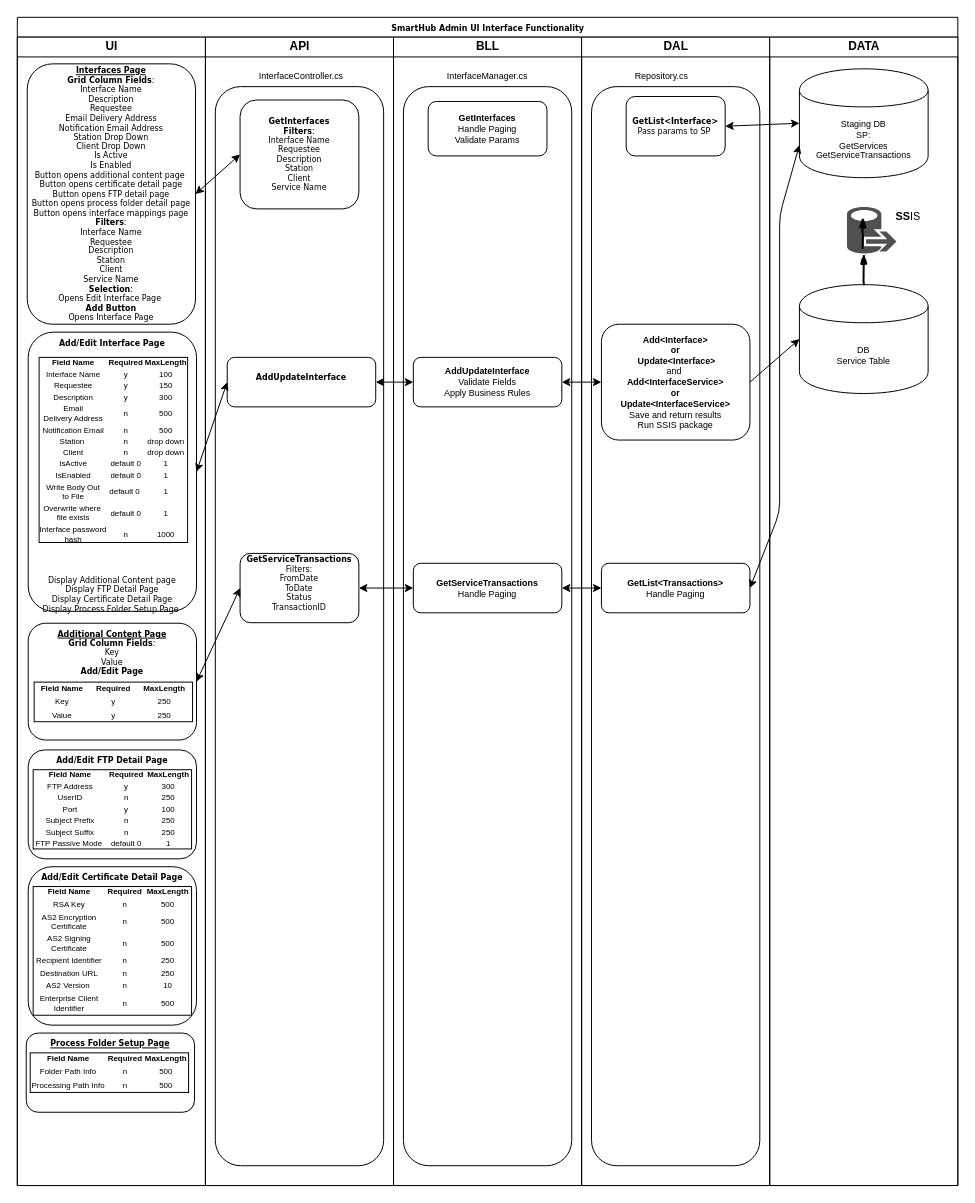
The draw.io diagram SHAdminUI-Interface-Functionality.drawio in Cyrolies/TigersFreightDocs, before the edit. Source tidied: cells renumbered, new cells numbered last; positions are measured from the earlier drawing's top-left corner, leaving out a move shared by most shapes. Both pictures are drawn from the tidied source at 99%, with x=0, y=0 at pixel (17, 17).
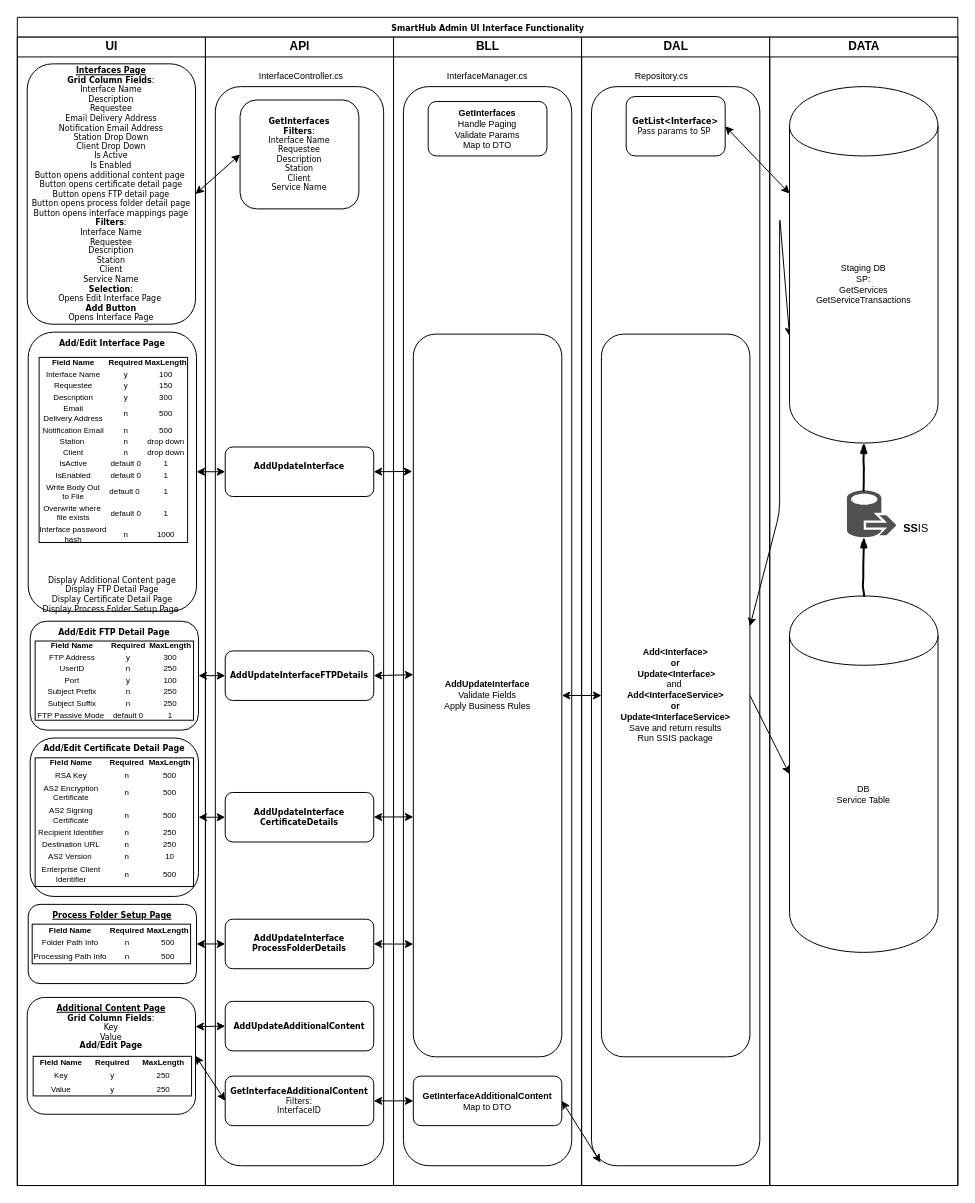
Above is the later version.

Unchanged cells that the change refers to:
```xml
<mxCell id="2" value="SmartHub Admin UI Interface Functionality" style="swimlane;html=1;startSize=20;rounded=0;shadow=0;labelBackgroundColor=none;strokeColor=#000000;strokeWidth=1;fillColor=#ffffff;fontFamily=Verdana;fontSize=8;fontColor=#000000;align=center;verticalAlign=top;" parent="1" vertex="1">
  <mxGeometry width="950" height="1180" as="geometry" />
</mxCell>
<mxCell id="3" value="UI" style="swimlane;html=1;startSize=20;" parent="2" vertex="1">
  <mxGeometry y="20" width="190" height="1160" as="geometry" />
</mxCell>
<mxCell id="15" value="API" style="swimlane;html=1;startSize=20;" parent="2" vertex="1">
  <mxGeometry x="190" y="20" width="190" height="1160" as="geometry" />
</mxCell>
<mxCell id="21" value="BLL" style="swimlane;html=1;startSize=20;" parent="2" vertex="1">
  <mxGeometry x="380" y="20" width="190" height="1160" as="geometry" />
</mxCell>
<mxCell id="27" value="DAL" style="swimlane;html=1;startSize=20;" parent="2" vertex="1">
  <mxGeometry x="570" y="20" width="190" height="1160" as="geometry" />
</mxCell>
<mxCell id="28" style="rounded=1;whiteSpace=wrap;html=1;fontSize=9;align=center;" parent="27" vertex="1">
  <mxGeometry x="10" y="50" width="170" height="1090" as="geometry" />
</mxCell>
<mxCell id="29" value="&lt;b&gt;GetList&amp;lt;Interface&amp;gt;&lt;br&gt;&lt;/b&gt;Pass params to SP&amp;nbsp;" style="rounded=1;whiteSpace=wrap;html=1;shadow=0;labelBackgroundColor=none;strokeColor=#000000;strokeWidth=1;fillColor=#ffffff;fontFamily=Verdana;fontSize=8;fontColor=#000000;align=center;" parent="27" vertex="1">
  <mxGeometry x="45" y="60" width="100" height="60" as="geometry" />
</mxCell>
```

What changed in the source:
```diff
@@
     <mxCell id="4" value="&lt;b&gt;&lt;u&gt;Process Folder Setup Page&lt;/u&gt;&lt;/b&gt;&lt;br&gt;" style="rounded=1;whiteSpace=wrap;html=1;shadow=0;labelBackgroundColor=none;strokeColor=#000000;strokeWidth=1;fillColor=#ffffff;fontFamily=Verdana;fontSize=8;fontColor=#000000;align=center;verticalAlign=top;" parent="3" vertex="1">
-      <mxGeometry x="9" y="1006" width="170" height="80" as="geometry" />
+      <mxGeometry x="11" y="876" width="170" height="80" as="geometry" />
     </mxCell>
@@
     <mxCell id="7" value="&lt;b&gt;&lt;u&gt;Additional Content Page&lt;/u&gt;&lt;/b&gt;&lt;br&gt;&lt;b&gt;Grid Column Fields&lt;/b&gt;:&lt;br&gt;Key&lt;br&gt;Value&lt;br&gt;&lt;b&gt;Add/Edit Page&lt;br&gt;&lt;/b&gt;" style="rounded=1;whiteSpace=wrap;html=1;shadow=0;labelBackgroundColor=none;strokeColor=#000000;strokeWidth=1;fillColor=#ffffff;fontFamily=Verdana;fontSize=8;fontColor=#000000;align=center;verticalAlign=top;" parent="3" vertex="1">
-      <mxGeometry x="11" y="592" width="170" height="118" as="geometry" />
+      <mxGeometry x="10" y="970" width="170" height="118" as="geometry" />
     </mxCell>
@@
     <mxCell id="9" value="&lt;b&gt;Add/Edit FTP Detail Page&lt;br&gt;&lt;/b&gt;" style="rounded=1;whiteSpace=wrap;html=1;shadow=0;labelBackgroundColor=none;strokeColor=#000000;strokeWidth=1;fillColor=#ffffff;fontFamily=Verdana;fontSize=8;fontColor=#000000;align=center;verticalAlign=top;" parent="3" vertex="1">
-      <mxGeometry x="11" y="720" width="170" height="110" as="geometry" />
+      <mxGeometry x="13" y="590" width="170" height="110" as="geometry" />
     </mxCell>
     <mxCell id="10" value="&lt;table border=&quot;0&quot; width=&quot;100%&quot; style=&quot;width: 100% ; height: 100% ; border-collapse: collapse&quot;&gt;&lt;tbody&gt;&lt;tr&gt;&lt;td&gt;&lt;b&gt;Field Name&lt;/b&gt;&lt;/td&gt;&lt;td&gt;&lt;b&gt;Required&lt;/b&gt;&lt;/td&gt;&lt;td&gt;&lt;b&gt;MaxLength&lt;/b&gt;&lt;/td&gt;&lt;/tr&gt;&lt;tr&gt;&lt;td&gt;FTP Address&lt;/td&gt;&lt;td&gt;y&lt;/td&gt;&lt;td&gt;300&lt;/td&gt;&lt;/tr&gt;&lt;tr&gt;&lt;td&gt;UserID&lt;/td&gt;&lt;td&gt;n&lt;/td&gt;&lt;td&gt;250&lt;/td&gt;&lt;/tr&gt;&lt;tr&gt;&lt;td&gt;Port&lt;/td&gt;&lt;td&gt;y&lt;/td&gt;&lt;td&gt;100&lt;/td&gt;&lt;/tr&gt;&lt;tr&gt;&lt;td&gt;Subject Prefix&lt;br&gt;&lt;/td&gt;&lt;td&gt;n&lt;/td&gt;&lt;td&gt;250&lt;/td&gt;&lt;/tr&gt;&lt;tr&gt;&lt;td&gt;Subject Suffix&lt;/td&gt;&lt;td&gt;n&lt;/td&gt;&lt;td&gt;250&lt;/td&gt;&lt;/tr&gt;&lt;tr&gt;&lt;td&gt;FTP Passive Mode&amp;nbsp;&lt;/td&gt;&lt;td&gt;default 0&lt;/td&gt;&lt;td&gt;1&lt;/td&gt;&lt;/tr&gt;&lt;/tbody&gt;&lt;/table&gt;" style="text;html=1;strokeColor=#000000;fillColor=none;overflow=fill;fontSize=8;align=center;strokeWidth=1;" parent="3" vertex="1">
-      <mxGeometry x="16" y="740" width="160" height="80" as="geometry" />
+      <mxGeometry x="18" y="610" width="160" height="80" as="geometry" />
     </mxCell>
     <mxCell id="11" value="&lt;b&gt;Add/Edit Certificate Detail Page&lt;br&gt;&lt;/b&gt;" style="rounded=1;whiteSpace=wrap;html=1;shadow=0;labelBackgroundColor=none;strokeColor=#000000;strokeWidth=1;fillColor=#ffffff;fontFamily=Verdana;fontSize=8;fontColor=#000000;align=center;verticalAlign=top;" parent="3" vertex="1">
-      <mxGeometry x="11" y="838" width="170" height="160" as="geometry" />
+      <mxGeometry x="13" y="708" width="170" height="160" as="geometry" />
     </mxCell>
     <mxCell id="12" value="&lt;table border=&quot;0&quot; width=&quot;100%&quot; style=&quot;width: 100% ; height: 100% ; border-collapse: collapse&quot;&gt;&lt;tbody&gt;&lt;tr&gt;&lt;td&gt;&lt;b&gt;Field Name&lt;/b&gt;&lt;/td&gt;&lt;td&gt;&lt;b&gt;Required&lt;/b&gt;&lt;/td&gt;&lt;td&gt;&lt;b&gt;MaxLength&lt;/b&gt;&lt;/td&gt;&lt;/tr&gt;&lt;tr&gt;&lt;td&gt;RSA Key&lt;/td&gt;&lt;td&gt;n&lt;/td&gt;&lt;td&gt;500&lt;/td&gt;&lt;/tr&gt;&lt;tr&gt;&lt;td&gt;AS2 Encryption&lt;br&gt;Certificate&lt;/td&gt;&lt;td&gt;n&lt;/td&gt;&lt;td&gt;500&lt;/td&gt;&lt;/tr&gt;&lt;tr&gt;&lt;td&gt;AS2 Signing&lt;br&gt;Certificate&lt;/td&gt;&lt;td&gt;n&lt;/td&gt;&lt;td&gt;500&lt;/td&gt;&lt;/tr&gt;&lt;tr&gt;&lt;td&gt;Recipient Identifier&lt;/td&gt;&lt;td&gt;n&lt;/td&gt;&lt;td&gt;250&lt;/td&gt;&lt;/tr&gt;&lt;tr&gt;&lt;td&gt;Destination URL&lt;/td&gt;&lt;td&gt;n&lt;/td&gt;&lt;td&gt;250&lt;/td&gt;&lt;/tr&gt;&lt;tr&gt;&lt;td&gt;AS2 Version&amp;nbsp;&lt;/td&gt;&lt;td&gt;n&lt;/td&gt;&lt;td&gt;10&lt;/td&gt;&lt;/tr&gt;&lt;tr&gt;&lt;td&gt;Enterprise Client&lt;br&gt;Identifier&lt;/td&gt;&lt;td&gt;n&lt;/td&gt;&lt;td&gt;500&lt;/td&gt;&lt;/tr&gt;&lt;/tbody&gt;&lt;/table&gt;" style="text;html=1;strokeColor=#000000;fillColor=none;overflow=fill;fontSize=8;align=center;strokeWidth=1;" parent="3" vertex="1">
-      <mxGeometry x="16" y="858" width="160" height="130" as="geometry" />
+      <mxGeometry x="18" y="728" width="160" height="130" as="geometry" />
     </mxCell>
     <mxCell id="13" value="&lt;table border=&quot;0&quot; width=&quot;100%&quot; style=&quot;width: 100% ; height: 100% ; border-collapse: collapse&quot;&gt;&lt;tbody&gt;&lt;tr&gt;&lt;td&gt;&lt;b&gt;Field Name&lt;/b&gt;&lt;/td&gt;&lt;td&gt;&lt;b&gt;Required&lt;/b&gt;&lt;/td&gt;&lt;td&gt;&lt;b&gt;MaxLength&lt;/b&gt;&lt;/td&gt;&lt;/tr&gt;&lt;tr&gt;&lt;td&gt;Folder Path Info&lt;/td&gt;&lt;td&gt;n&lt;/td&gt;&lt;td&gt;500&lt;/td&gt;&lt;/tr&gt;&lt;tr&gt;&lt;td&gt;Processing Path Info&lt;/td&gt;&lt;td&gt;n&lt;/td&gt;&lt;td&gt;500&lt;/td&gt;&lt;/tr&gt;&lt;/tbody&gt;&lt;/table&gt;" style="text;html=1;strokeColor=#000000;fillColor=none;overflow=fill;fontSize=8;align=center;strokeWidth=1;" parent="3" vertex="1">
-      <mxGeometry x="13" y="1026" width="160" height="40" as="geometry" />
+      <mxGeometry x="15" y="896" width="160" height="40" as="geometry" />
     </mxCell>
     <mxCell id="14" value="&lt;table border=&quot;0&quot; width=&quot;100%&quot; style=&quot;width: 100% ; height: 100% ; border-collapse: collapse&quot;&gt;&lt;tbody&gt;&lt;tr&gt;&lt;td&gt;&lt;b&gt;Field Name&lt;/b&gt;&lt;/td&gt;&lt;td&gt;&lt;b&gt;Required&lt;/b&gt;&lt;/td&gt;&lt;td&gt;&lt;b&gt;MaxLength&lt;/b&gt;&lt;/td&gt;&lt;/tr&gt;&lt;tr&gt;&lt;td&gt;Key&lt;/td&gt;&lt;td&gt;y&lt;/td&gt;&lt;td&gt;250&lt;/td&gt;&lt;/tr&gt;&lt;tr&gt;&lt;td&gt;Value&lt;/td&gt;&lt;td&gt;y&lt;/td&gt;&lt;td&gt;250&lt;/td&gt;&lt;/tr&gt;&lt;/tbody&gt;&lt;/table&gt;" style="text;html=1;strokeColor=#000000;fillColor=none;overflow=fill;fontSize=8;align=center;strokeWidth=1;" parent="3" vertex="1">
-      <mxGeometry x="17" y="651.5" width="160" height="40" as="geometry" />
+      <mxGeometry x="16" y="1029.5" width="160" height="40" as="geometry" />
     </mxCell>
@@
     <mxCell id="18" value="&lt;b&gt;AddUpdateInterface&lt;br&gt;&amp;nbsp;&lt;/b&gt;" style="rounded=1;whiteSpace=wrap;html=1;shadow=0;labelBackgroundColor=none;strokeColor=#000000;strokeWidth=1;fillColor=#ffffff;fontFamily=Verdana;fontSize=8;fontColor=#000000;align=center;verticalAlign=middle;" parent="15" vertex="1">
-      <mxGeometry x="22" y="323.5" width="150" height="50" as="geometry" />
+      <mxGeometry x="20" y="414" width="150" height="50" as="geometry" />
     </mxCell>
@@
-    <mxCell id="20" value="&lt;b&gt;GetServiceTransactions&lt;/b&gt;&lt;br&gt;Filters:&lt;br&gt;FromDate&lt;br&gt;ToDate&lt;br&gt;Status&lt;br&gt;TransactionID&lt;br&gt;&amp;nbsp;" style="rounded=1;whiteSpace=wrap;html=1;shadow=0;labelBackgroundColor=none;strokeColor=#000000;strokeWidth=1;fillColor=#ffffff;fontFamily=Verdana;fontSize=8;fontColor=#000000;align=center;verticalAlign=middle;" parent="15" vertex="1">
-      <mxGeometry x="35" y="521.5" width="120" height="70" as="geometry" />
+    <mxCell id="20" value="&lt;b&gt;GetInterfaceAdditionalContent&lt;/b&gt;&lt;br&gt;Filters:&lt;br&gt;InterfaceID&lt;br&gt;" style="rounded=1;whiteSpace=wrap;html=1;shadow=0;labelBackgroundColor=none;strokeColor=#000000;strokeWidth=1;fillColor=#ffffff;fontFamily=Verdana;fontSize=8;fontColor=#000000;align=center;verticalAlign=middle;" parent="15" vertex="1">
+      <mxGeometry x="20" y="1049.5" width="150" height="50" as="geometry" />
     </mxCell>
+    <mxCell id="50" value="&lt;b&gt;AddUpdateAdditionalContent&lt;/b&gt;&lt;br&gt;" style="rounded=1;whiteSpace=wrap;html=1;shadow=0;labelBackgroundColor=none;strokeColor=#000000;strokeWidth=1;fillColor=#ffffff;fontFamily=Verdana;fontSize=8;fontColor=#000000;align=center;verticalAlign=middle;" parent="15" vertex="1">
+      <mxGeometry x="20" y="974" width="150" height="50" as="geometry" />
+    </mxCell>
+    <mxCell id="51" value="&lt;b&gt;AddUpdateInterface&lt;br&gt;ProcessFolderDetails&lt;/b&gt;" style="rounded=1;whiteSpace=wrap;html=1;shadow=0;labelBackgroundColor=none;strokeColor=#000000;strokeWidth=1;fillColor=#ffffff;fontFamily=Verdana;fontSize=8;fontColor=#000000;align=center;verticalAlign=middle;" parent="15" vertex="1">
+      <mxGeometry x="20" y="891" width="150" height="50" as="geometry" />
+    </mxCell>
+    <mxCell id="52" value="&lt;b&gt;AddUpdateInterface&lt;br&gt;CertificateDetails&lt;/b&gt;" style="rounded=1;whiteSpace=wrap;html=1;shadow=0;labelBackgroundColor=none;strokeColor=#000000;strokeWidth=1;fillColor=#ffffff;fontFamily=Verdana;fontSize=8;fontColor=#000000;align=center;verticalAlign=middle;" parent="15" vertex="1">
+      <mxGeometry x="20" y="763" width="150" height="50" as="geometry" />
+    </mxCell>
+    <mxCell id="53" value="&lt;b&gt;AddUpdateInterfaceFTPDetails&lt;/b&gt;" style="rounded=1;whiteSpace=wrap;html=1;shadow=0;labelBackgroundColor=none;strokeColor=#000000;strokeWidth=1;fillColor=#ffffff;fontFamily=Verdana;fontSize=8;fontColor=#000000;align=center;verticalAlign=middle;" parent="15" vertex="1">
+      <mxGeometry x="20" y="620" width="150" height="50" as="geometry" />
+    </mxCell>
@@
-    <mxCell id="24" value="&lt;b&gt;GetInterfaces&lt;/b&gt;&lt;br&gt;Handle Paging&lt;br&gt;Validate Params" style="rounded=1;whiteSpace=wrap;html=1;fontSize=9;align=center;" parent="21" vertex="1">
+    <mxCell id="24" value="&lt;b&gt;GetInterfaces&lt;/b&gt;&lt;br&gt;Handle Paging&lt;br&gt;Validate Params&lt;br&gt;Map to DTO" style="rounded=1;whiteSpace=wrap;html=1;fontSize=9;align=center;" parent="21" vertex="1">
       <mxGeometry x="35" y="65" width="120" height="55" as="geometry" />
     </mxCell>
     <mxCell id="25" value="&lt;b&gt;AddUpdateInterface&lt;/b&gt;&lt;br&gt;Validate Fields&lt;br&gt;Apply Business Rules" style="rounded=1;whiteSpace=wrap;html=1;fontSize=9;align=center;" parent="21" vertex="1">
-      <mxGeometry x="20" y="323.5" width="150" height="50" as="geometry" />
+      <mxGeometry x="20" y="300" width="150" height="730" as="geometry" />
     </mxCell>
-    <mxCell id="26" value="&lt;b&gt;GetServiceTransactions&lt;/b&gt;&lt;br&gt;Handle Paging" style="rounded=1;whiteSpace=wrap;html=1;fontSize=9;align=center;" parent="21" vertex="1">
-      <mxGeometry x="20" y="531.5" width="150" height="50" as="geometry" />
+    <mxCell id="26" value="&lt;b&gt;GetInterfaceAdditionalContent&lt;/b&gt;&lt;br&gt;Map to DTO" style="rounded=1;whiteSpace=wrap;html=1;fontSize=9;align=center;" parent="21" vertex="1">
+      <mxGeometry x="20" y="1049.5" width="150" height="50" as="geometry" />
     </mxCell>
@@
     <mxCell id="30" value="&lt;b&gt;Add&amp;lt;Interface&amp;gt; &lt;br&gt;or&lt;br&gt;&amp;nbsp;Update&amp;lt;Interface&amp;gt;&lt;br&gt;&lt;/b&gt;and&amp;nbsp;&lt;br&gt;&lt;b&gt;Add&amp;lt;InterfaceService&amp;gt;&lt;/b&gt;&lt;br&gt;&lt;b&gt;or&lt;br&gt;Update&amp;lt;InterfaceService&amp;gt;&lt;/b&gt;&lt;br&gt;Save and return results&lt;br&gt;Run SSIS package" style="rounded=1;whiteSpace=wrap;html=1;fontSize=9;align=center;" parent="27" vertex="1">
-      <mxGeometry x="20" y="290" width="150" height="117" as="geometry" />
+      <mxGeometry x="20" y="300" width="150" height="730" as="geometry" />
     </mxCell>
-    <mxCell id="31" value="&lt;b&gt;GetList&amp;lt;Transactions&amp;gt;&lt;/b&gt;&lt;br&gt;Handle Paging" style="rounded=1;whiteSpace=wrap;html=1;fontSize=9;align=center;" parent="27" vertex="1">
-      <mxGeometry x="20" y="531.5" width="150" height="50" as="geometry" />
-    </mxCell>
@@
-    <mxCell id="33" value="DATA" style="swimlane;html=1;startSize=20;align=center;" parent="2" vertex="1">
-      <mxGeometry x="760" y="20" width="190" height="1160" as="geometry" />
-    </mxCell>
-    <mxCell id="34" value="Staging DB&lt;br&gt;SP:&lt;br&gt;GetServices&lt;br&gt;GetServiceTransactions" style="shape=cylinder;whiteSpace=wrap;html=1;boundedLbl=1;backgroundOutline=1;fontSize=9;align=center;" parent="33" vertex="1">
-      <mxGeometry x="30" y="32" width="130" height="110" as="geometry" />
-    </mxCell>
-    <mxCell id="35" value="DB&lt;br&gt;Service Table" style="shape=cylinder;whiteSpace=wrap;html=1;boundedLbl=1;backgroundOutline=1;fontSize=9;align=center;" parent="33" vertex="1">
-      <mxGeometry x="30" y="250" width="130" height="110" as="geometry" />
-    </mxCell>
-    <mxCell id="36" style="shadow=0;dashed=0;html=1;strokeColor=none;labelPosition=center;verticalLabelPosition=bottom;verticalAlign=top;align=center;shape=mxgraph.mscae.intune.data_migration_wizard;fillColor=#505050;fontSize=9;" parent="33" vertex="1">
-      <mxGeometry x="78" y="171" width="50" height="48" as="geometry" />
-    </mxCell>
-    <mxCell id="37" style="rounded=0;comic=1;strokeWidth=2;endArrow=blockThin;html=1;fontFamily=Comic Sans MS;fontStyle=1;exitX=0.5;exitY=0;exitDx=0;exitDy=0;entryX=0.34;entryY=0.995;entryDx=0;entryDy=0;entryPerimeter=0;" parent="33" edge="1" source="35" target="36">
-      <mxGeometry relative="1" as="geometry" />
-    </mxCell>
-    <mxCell id="38" value="&lt;font style=&quot;font-size: 11px&quot;&gt;&lt;b&gt;SS&lt;/b&gt;IS&lt;/font&gt;" style="text;html=1;strokeColor=none;fillColor=none;align=center;verticalAlign=middle;whiteSpace=wrap;rounded=0;fontSize=9;" parent="33" vertex="1">
-      <mxGeometry x="120" y="171" width="40" height="20" as="geometry" />
-    </mxCell>
@@
-    <mxCell id="40" style="endArrow=classic;startArrow=classic;html=1;fontSize=9;entryX=0;entryY=0.5;entryDx=0;entryDy=0;exitX=1;exitY=0.5;exitDx=0;exitDy=0;" parent="2" edge="1" source="18" target="25">
+    <mxCell id="40" style="endArrow=classic;startArrow=classic;html=1;fontSize=9;exitX=1;exitY=0.5;exitDx=0;exitDy=0;entryX=-0.007;entryY=0.19;entryDx=0;entryDy=0;entryPerimeter=0;" parent="2" edge="1" source="18" target="25">
       <mxGeometry relative="1" as="geometry" />
     </mxCell>
-    <mxCell id="41" style="endArrow=classic;startArrow=classic;html=1;fontSize=9;entryX=0;entryY=0.5;entryDx=0;entryDy=0;exitX=1;exitY=0.5;exitDx=0;exitDy=0;" parent="2" edge="1" source="25" target="30">
+    <mxCell id="41" style="endArrow=classic;startArrow=classic;html=1;fontSize=9;exitX=1;exitY=0.5;exitDx=0;exitDy=0;entryX=0;entryY=0.5;entryDx=0;entryDy=0;" parent="2" edge="1" source="25" target="30">
       <mxGeometry relative="1" as="geometry" />
     </mxCell>
@@
-    <mxCell id="43" style="endArrow=classic;startArrow=classic;html=1;fontSize=9;entryX=0;entryY=0.5;entryDx=0;entryDy=0;exitX=1;exitY=0.5;exitDx=0;exitDy=0;" parent="2" edge="1" source="29" target="34">
+    <mxCell id="43" style="endArrow=classic;startArrow=classic;html=1;fontSize=9;entryX=0;entryY=0.3;entryDx=0;entryDy=0;exitX=1;exitY=0.5;exitDx=0;exitDy=0;" parent="2" edge="1" source="29" target="34">
       <mxGeometry relative="1" as="geometry" />
     </mxCell>
-    <mxCell id="44" style="endArrow=classic;startArrow=classic;html=1;fontSize=9;entryX=0;entryY=0.7;entryDx=0;entryDy=0;exitX=1;exitY=0.5;exitDx=0;exitDy=0;" parent="2" edge="1" source="31" target="34">
+    <mxCell id="44" style="endArrow=classic;startArrow=classic;html=1;fontSize=9;entryX=0;entryY=0.7;entryDx=0;entryDy=0;exitX=1;exitY=0.5;exitDx=0;exitDy=0;" parent="2" edge="1" target="34">
       <mxGeometry relative="1" as="geometry">
+        <mxPoint x="740" y="615" as="sourcePoint" />
         <Array as="points">
           <mxPoint x="770" y="500" />
           <mxPoint x="770" y="200" />
         </Array>
       </mxGeometry>
     </mxCell>
@@
-    <mxCell id="48" style="endArrow=classic;startArrow=classic;html=1;fontSize=8;entryX=0;entryY=0.5;entryDx=0;entryDy=0;exitX=1;exitY=0.5;exitDx=0;exitDy=0;" parent="2" edge="1" source="26" target="31">
+    <mxCell id="48" style="endArrow=classic;startArrow=classic;html=1;fontSize=8;entryX=0.053;entryY=0.997;entryDx=0;entryDy=0;exitX=1;exitY=0.5;exitDx=0;exitDy=0;entryPerimeter=0;" parent="2" edge="1" source="26" target="28">
       <mxGeometry relative="1" as="geometry" />
     </mxCell>
-    <mxCell id="49" style="rounded=0;comic=1;strokeWidth=2;endArrow=blockThin;html=1;fontFamily=Comic Sans MS;fontStyle=1;exitX=0.5;exitY=0;exitDx=0;exitDy=0;entryX=0.34;entryY=0.995;entryDx=0;entryDy=0;entryPerimeter=0;" parent="1" edge="1">
-      <mxGeometry relative="1" as="geometry">
-        <mxPoint x="854" y="233" as="sourcePoint" />
-        <mxPoint x="854" y="202" as="targetPoint" />
-      </mxGeometry>
-    </mxCell>
+    <mxCell id="33" value="DATA" style="swimlane;html=1;startSize=20;align=center;" parent="2" vertex="1">
+      <mxGeometry x="760" y="20" width="190" height="1160" as="geometry" />
+    </mxCell>
+    <mxCell id="34" value="Staging DB&lt;br&gt;SP:&lt;br&gt;GetServices&lt;br&gt;GetServiceTransactions" style="shape=cylinder;whiteSpace=wrap;html=1;boundedLbl=1;backgroundOutline=1;fontSize=9;align=center;" parent="33" vertex="1">
+      <mxGeometry x="20" y="50" width="150" height="360" as="geometry" />
+    </mxCell>
+    <mxCell id="35" value="DB&lt;br&gt;Service Table" style="shape=cylinder;whiteSpace=wrap;html=1;boundedLbl=1;backgroundOutline=1;fontSize=9;align=center;" parent="33" vertex="1">
+      <mxGeometry x="20" y="564.5" width="150" height="360" as="geometry" />
+    </mxCell>
+    <mxCell id="36" style="shadow=0;dashed=0;html=1;strokeColor=none;labelPosition=center;verticalLabelPosition=bottom;verticalAlign=top;align=center;shape=mxgraph.mscae.intune.data_migration_wizard;fillColor=#505050;fontSize=9;" parent="33" vertex="1">
+      <mxGeometry x="78" y="457.5" width="50" height="48" as="geometry" />
+    </mxCell>
+    <mxCell id="37" style="rounded=0;comic=1;strokeWidth=2;endArrow=blockThin;html=1;fontFamily=Comic Sans MS;fontStyle=1;entryX=0.34;entryY=0.995;entryDx=0;entryDy=0;entryPerimeter=0;" parent="33" edge="1" source="35" target="36">
+      <mxGeometry relative="1" as="geometry" />
+    </mxCell>
+    <mxCell id="38" value="&lt;font style=&quot;font-size: 11px&quot;&gt;&lt;b&gt;SS&lt;/b&gt;IS&lt;/font&gt;" style="text;html=1;strokeColor=none;fillColor=none;align=center;verticalAlign=middle;whiteSpace=wrap;rounded=0;fontSize=9;" parent="33" vertex="1">
+      <mxGeometry x="128" y="485.5" width="40" height="20" as="geometry" />
+    </mxCell>
+    <mxCell id="54" style="rounded=0;comic=1;strokeWidth=2;endArrow=blockThin;html=1;fontFamily=Comic Sans MS;fontStyle=1;exitX=0.34;exitY=0.01;exitDx=0;exitDy=0;entryX=0.5;entryY=1;entryDx=0;entryDy=0;exitPerimeter=0;" parent="33" edge="1" source="36" target="34">
+      <mxGeometry relative="1" as="geometry" />
+    </mxCell>
+    <mxCell id="55" style="endArrow=classic;startArrow=classic;html=1;entryX=0;entryY=0.5;entryDx=0;entryDy=0;exitX=1;exitY=0.5;exitDx=0;exitDy=0;" parent="2" edge="1" source="9" target="53">
+      <mxGeometry relative="1" as="geometry" />
+    </mxCell>
+    <mxCell id="56" style="endArrow=classic;startArrow=classic;html=1;entryX=0;entryY=0.5;entryDx=0;entryDy=0;exitX=1;exitY=0.5;exitDx=0;exitDy=0;" parent="2" edge="1" source="11" target="52">
+      <mxGeometry relative="1" as="geometry" />
+    </mxCell>
+    <mxCell id="57" style="endArrow=classic;startArrow=classic;html=1;entryX=0;entryY=0.5;entryDx=0;entryDy=0;exitX=1;exitY=0.5;exitDx=0;exitDy=0;" parent="2" edge="1" source="4" target="51">
+      <mxGeometry relative="1" as="geometry" />
+    </mxCell>
+    <mxCell id="58" style="endArrow=classic;startArrow=classic;html=1;entryX=0;entryY=0.5;entryDx=0;entryDy=0;exitX=1;exitY=0.25;exitDx=0;exitDy=0;" parent="2" edge="1" source="7" target="50">
+      <mxGeometry relative="1" as="geometry" />
+    </mxCell>
+    <mxCell id="59" style="endArrow=classic;startArrow=classic;html=1;exitX=1;exitY=0.5;exitDx=0;exitDy=0;" parent="2" edge="1" source="53">
+      <mxGeometry relative="1" as="geometry">
+        <mxPoint x="400" y="664" as="targetPoint" />
+      </mxGeometry>
+    </mxCell>
+    <mxCell id="60" style="endArrow=classic;startArrow=classic;html=1;entryX=0;entryY=0.668;entryDx=0;entryDy=0;entryPerimeter=0;" parent="2" edge="1" source="52" target="25">
+      <mxGeometry relative="1" as="geometry" />
+    </mxCell>
+    <mxCell id="61" style="endArrow=classic;startArrow=classic;html=1;entryX=0;entryY=0.844;entryDx=0;entryDy=0;entryPerimeter=0;exitX=1;exitY=0.5;exitDx=0;exitDy=0;" parent="2" edge="1" source="51" target="25">
+      <mxGeometry relative="1" as="geometry" />
+    </mxCell>
```
